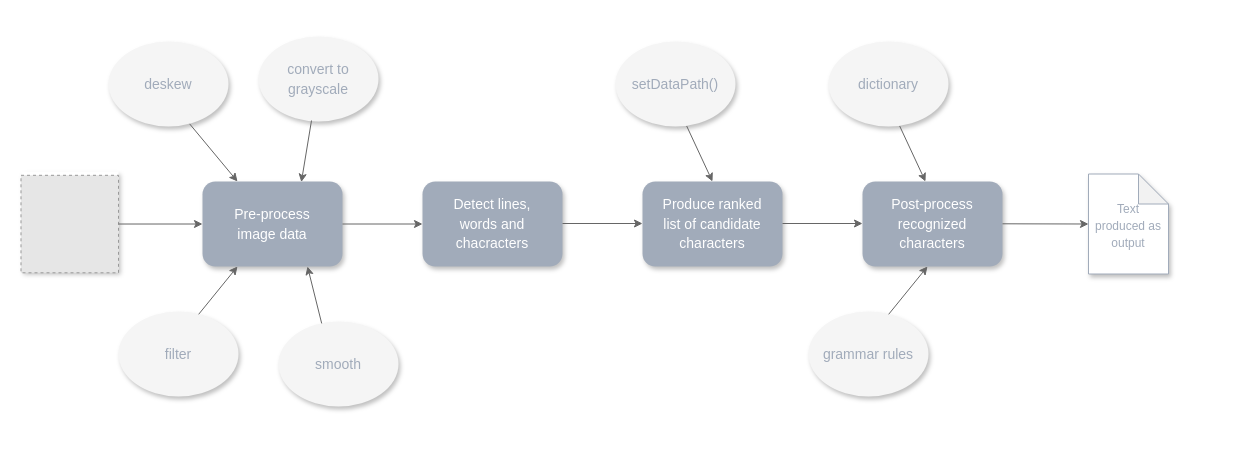
Above: assets/diagrams/ocr-process.drawio in avocado-webdev/receipt-processor (draw.io), before the change. Source tidied: cells renumbered, new cells numbered last; positions are measured from the earlier drawing's top-left corner, leaving out a move shared by most shapes. Both pictures are drawn from the tidied source at 100%, with x=0, y=0 at pixel (20, 36). Pictures stored in the file or linked from it are replaced by grey dashed boxes.
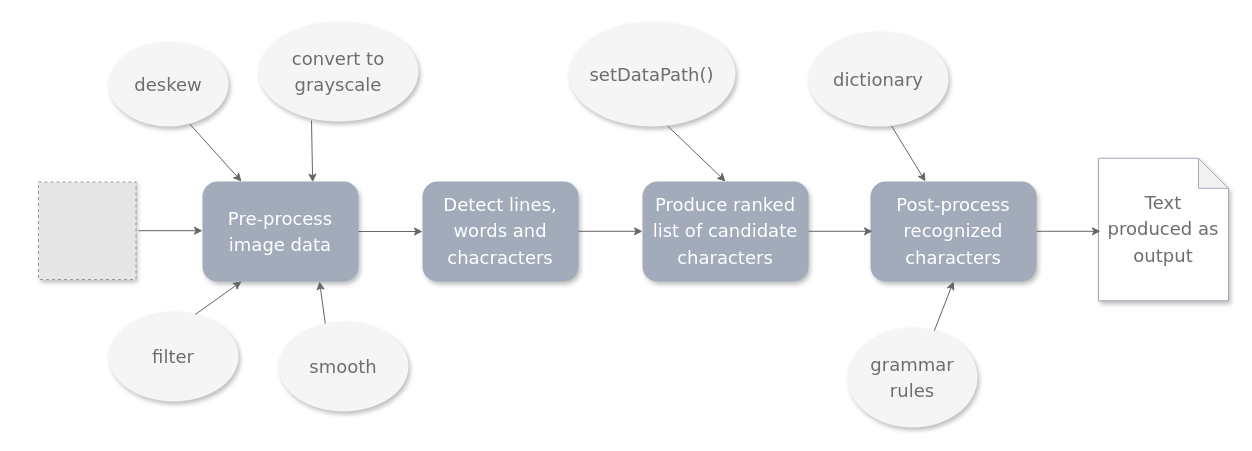
The same page after the edit.

Commit message:
added diagram ocr-process

Change to the diagram source:
```diff
@@
     <mxCell id="2" style="rounded=0;whiteSpace=wrap;html=1;shadow=1;sketch=0;strokeWidth=2;strokeColor=none;" parent="1" vertex="1">
-      <mxGeometry x="1" y="135" width="97" height="100" as="geometry" />
+      <mxGeometry x="18" y="143" width="97" height="100" as="geometry" />
     </mxCell>
-    <mxCell id="3" value="&lt;font style=&quot;font-size: 14px ; line-height: 140%&quot; color=&quot;#ffffff&quot;&gt;Pre-process&lt;br&gt;image data&lt;/font&gt;" style="rounded=1;whiteSpace=wrap;html=1;fillColor=#A1ABBA;strokeColor=none;sketch=0;shadow=1;" parent="1" vertex="1">
-      <mxGeometry x="182" y="145" width="140" height="85" as="geometry" />
+    <mxCell id="3" value="&lt;font style=&quot;font-size: 18px ; line-height: 140%&quot; color=&quot;#ffffff&quot; face=&quot;Verdana&quot;&gt;Pre-process&lt;br&gt;image data&lt;/font&gt;" style="rounded=1;whiteSpace=wrap;html=1;fillColor=#A1ABBA;strokeColor=none;sketch=0;shadow=1;" parent="1" vertex="1">
+      <mxGeometry x="182" y="145" width="156" height="100" as="geometry" />
     </mxCell>
-    <mxCell id="4" value="&lt;font style=&quot;font-size: 14px ; line-height: 140%&quot;&gt;&lt;font color=&quot;#ffffff&quot; style=&quot;font-size: 14px&quot;&gt;Detect lines,&lt;br&gt;words and chacracters&lt;/font&gt;&lt;br&gt;&lt;/font&gt;" style="rounded=1;whiteSpace=wrap;html=1;fillColor=#A1ABBA;strokeColor=none;shadow=1;" parent="1" vertex="1">
-      <mxGeometry x="402" y="145" width="140" height="85" as="geometry" />
+    <mxCell id="4" value="&lt;font style=&quot;font-size: 18px ; line-height: 140%&quot;&gt;&lt;font color=&quot;#ffffff&quot; style=&quot;font-size: 18px&quot; face=&quot;Verdana&quot;&gt;Detect lines,&lt;br&gt;words and chacracters&lt;/font&gt;&lt;br&gt;&lt;/font&gt;" style="rounded=1;whiteSpace=wrap;html=1;fillColor=#A1ABBA;strokeColor=none;shadow=1;" parent="1" vertex="1">
+      <mxGeometry x="402" y="145" width="156" height="100" as="geometry" />
     </mxCell>
@@
-    <mxCell id="6" value="&lt;font style=&quot;font-size: 14px ; line-height: 140%&quot;&gt;&lt;font color=&quot;#ffffff&quot; style=&quot;font-size: 14px&quot;&gt;Produce ranked&lt;br&gt;list of candidate&lt;br&gt;characters&lt;/font&gt;&lt;br&gt;&lt;/font&gt;" style="rounded=1;whiteSpace=wrap;html=1;fillColor=#A1ABBA;strokeColor=none;shadow=1;" parent="1" vertex="1">
-      <mxGeometry x="622" y="145" width="140" height="85" as="geometry" />
+    <mxCell id="6" value="&lt;font style=&quot;font-size: 18px ; line-height: 140%&quot;&gt;&lt;font color=&quot;#ffffff&quot; style=&quot;font-size: 18px&quot; face=&quot;Verdana&quot;&gt;Produce ranked&lt;br&gt;list of candidate&lt;br&gt;characters&lt;/font&gt;&lt;br&gt;&lt;/font&gt;" style="rounded=1;whiteSpace=wrap;html=1;fillColor=#A1ABBA;strokeColor=none;shadow=1;" parent="1" vertex="1">
+      <mxGeometry x="622" y="145" width="166" height="100" as="geometry" />
     </mxCell>
-    <mxCell id="7" style="endArrow=classic;html=1;entryX=0;entryY=0.5;entryDx=0;entryDy=0;exitX=1;exitY=0.5;exitDx=0;exitDy=0;fillColor=#f5f5f5;strokeColor=#666666;" parent="1" edge="1">
-      <mxGeometry relative="1" as="geometry">
-        <mxPoint x="542" y="187" as="sourcePoint" />
-        <mxPoint x="622" y="187" as="targetPoint" />
-      </mxGeometry>
-    </mxCell>
-    <mxCell id="8" value="&lt;font style=&quot;line-height: 140%&quot;&gt;&lt;font color=&quot;#ffffff&quot; style=&quot;font-size: 14px ; line-height: 140%&quot;&gt;Post-process recognized&lt;br&gt;characters&lt;/font&gt;&lt;br&gt;&lt;/font&gt;" style="rounded=1;whiteSpace=wrap;html=1;fillColor=#A1ABBA;strokeColor=none;shadow=1;" parent="1" vertex="1">
-      <mxGeometry x="842" y="145" width="140" height="85" as="geometry" />
+    <mxCell id="8" value="&lt;font style=&quot;line-height: 140% ; font-size: 18px&quot;&gt;&lt;font color=&quot;#ffffff&quot; style=&quot;font-size: 18px ; line-height: 140%&quot; face=&quot;Verdana&quot;&gt;Post-process recognized&lt;br&gt;characters&lt;/font&gt;&lt;br&gt;&lt;/font&gt;" style="rounded=1;whiteSpace=wrap;html=1;fillColor=#A1ABBA;strokeColor=none;shadow=1;" parent="1" vertex="1">
+      <mxGeometry x="850" y="145" width="166" height="100" as="geometry" />
     </mxCell>
-    <mxCell id="9" style="endArrow=classic;html=1;entryX=0;entryY=0.5;entryDx=0;entryDy=0;exitX=1;exitY=0.5;exitDx=0;exitDy=0;fillColor=#f5f5f5;strokeColor=#666666;" parent="1" edge="1">
-      <mxGeometry relative="1" as="geometry">
-        <mxPoint x="762" y="187" as="sourcePoint" />
-        <mxPoint x="842" y="187" as="targetPoint" />
-      </mxGeometry>
-    </mxCell>
-    <mxCell id="10" value="&lt;font style=&quot;font-size: 14px ; line-height: 140%&quot; color=&quot;#a1abba&quot;&gt;convert to grayscale&lt;/font&gt;" style="ellipse;whiteSpace=wrap;html=1;fillColor=#f5f5f5;fontColor=#333333;strokeColor=none;shadow=1;" parent="1" vertex="1">
-      <mxGeometry x="238" width="120" height="85" as="geometry" />
+    <mxCell id="10" value="&lt;font style=&quot;line-height: 140% ; font-size: 18px&quot; color=&quot;#6e6e6e&quot; face=&quot;Verdana&quot;&gt;convert to grayscale&lt;/font&gt;" style="ellipse;whiteSpace=wrap;html=1;fillColor=#f5f5f5;fontColor=#333333;strokeColor=none;shadow=1;" parent="1" vertex="1">
+      <mxGeometry x="238" y="-15" width="160" height="100" as="geometry" />
     </mxCell>
-    <mxCell id="11" value="&lt;font style=&quot;font-size: 14px ; line-height: 140%&quot; color=&quot;#a1abba&quot;&gt;deskew&lt;/font&gt;" style="ellipse;whiteSpace=wrap;html=1;fillColor=#f5f5f5;fontColor=#333333;strokeColor=none;shadow=1;" parent="1" vertex="1">
+    <mxCell id="11" value="&lt;font style=&quot;line-height: 140% ; font-size: 18px&quot; color=&quot;#6e6e6e&quot; face=&quot;Verdana&quot;&gt;deskew&lt;/font&gt;" style="ellipse;whiteSpace=wrap;html=1;fillColor=#f5f5f5;fontColor=#333333;strokeColor=none;shadow=1;" parent="1" vertex="1">
       <mxGeometry x="88" y="5" width="120" height="85" as="geometry" />
     </mxCell>
@@
-    <mxCell id="14" value="&lt;font style=&quot;font-size: 14px ; line-height: 140%&quot; color=&quot;#a1abba&quot;&gt;filter&lt;/font&gt;" style="ellipse;whiteSpace=wrap;html=1;fillColor=#f5f5f5;fontColor=#333333;strokeColor=none;shadow=1;" parent="1" vertex="1">
-      <mxGeometry x="98" y="275" width="120" height="85" as="geometry" />
+    <mxCell id="14" value="&lt;font style=&quot;line-height: 140% ; font-size: 18px&quot; color=&quot;#6e6e6e&quot; face=&quot;Verdana&quot;&gt;filter&lt;/font&gt;" style="ellipse;whiteSpace=wrap;html=1;fillColor=#f5f5f5;fontColor=#333333;strokeColor=none;shadow=1;" parent="1" vertex="1">
+      <mxGeometry x="88" y="275" width="130" height="90" as="geometry" />
     </mxCell>
-    <mxCell id="15" value="&lt;font style=&quot;font-size: 14px ; line-height: 140%&quot; color=&quot;#a1abba&quot;&gt;smooth&lt;/font&gt;" style="ellipse;whiteSpace=wrap;html=1;fillColor=#f5f5f5;fontColor=#333333;strokeColor=none;shadow=1;" parent="1" vertex="1">
-      <mxGeometry x="258" y="285" width="120" height="85" as="geometry" />
+    <mxCell id="15" value="&lt;font style=&quot;line-height: 140% ; font-size: 18px&quot; color=&quot;#6e6e6e&quot; face=&quot;Verdana&quot;&gt;smooth&lt;/font&gt;" style="ellipse;whiteSpace=wrap;html=1;fillColor=#f5f5f5;fontColor=#333333;strokeColor=none;shadow=1;" parent="1" vertex="1">
+      <mxGeometry x="258" y="285" width="130" height="90" as="geometry" />
     </mxCell>
@@
-    <mxCell id="18" value="&lt;font style=&quot;font-size: 14px ; line-height: 140%&quot; color=&quot;#a1abba&quot;&gt;setDataPath()&lt;/font&gt;" style="ellipse;whiteSpace=wrap;html=1;fillColor=#f5f5f5;fontColor=#333333;strokeColor=none;shadow=1;" parent="1" vertex="1">
-      <mxGeometry x="595" y="5" width="120" height="85" as="geometry" />
+    <mxCell id="18" value="&lt;font style=&quot;line-height: 140% ; font-size: 18px&quot; color=&quot;#6e6e6e&quot; face=&quot;Verdana&quot;&gt;setDataPath()&lt;/font&gt;" style="ellipse;whiteSpace=wrap;html=1;fillColor=#f5f5f5;fontColor=#333333;strokeColor=none;shadow=1;" parent="1" vertex="1">
+      <mxGeometry x="548" y="-15" width="167" height="105" as="geometry" />
     </mxCell>
@@
-    <mxCell id="20" value="&lt;font color=&quot;#a1abba&quot;&gt;&lt;span style=&quot;font-size: 14px&quot;&gt;dictionary&lt;/span&gt;&lt;/font&gt;" style="ellipse;whiteSpace=wrap;html=1;fontColor=#333333;strokeColor=none;fillColor=#F5F5F5;shadow=1;" parent="1" vertex="1">
-      <mxGeometry x="808" y="5" width="120" height="85" as="geometry" />
+    <mxCell id="20" value="&lt;font style=&quot;font-size: 18px&quot; color=&quot;#6e6e6e&quot; face=&quot;Verdana&quot;&gt;dictionary&lt;/font&gt;" style="ellipse;whiteSpace=wrap;html=1;fontColor=#333333;strokeColor=none;fillColor=#F5F5F5;shadow=1;" parent="1" vertex="1">
+      <mxGeometry x="788" y="-5" width="140" height="95" as="geometry" />
     </mxCell>
@@
-    <mxCell id="22" value="&lt;font style=&quot;font-size: 14px ; line-height: 140%&quot; color=&quot;#a1abba&quot;&gt;grammar rules&lt;/font&gt;" style="ellipse;whiteSpace=wrap;html=1;fillColor=#f5f5f5;fontColor=#333333;strokeColor=none;shadow=1;" parent="1" vertex="1">
-      <mxGeometry x="788" y="275" width="120" height="85" as="geometry" />
+    <mxCell id="22" value="&lt;font style=&quot;line-height: 140% ; font-size: 18px&quot; color=&quot;#6e6e6e&quot; face=&quot;Verdana&quot;&gt;grammar &lt;br&gt;rules&lt;/font&gt;" style="ellipse;whiteSpace=wrap;html=1;fillColor=#f5f5f5;fontColor=#333333;strokeColor=none;shadow=1;" parent="1" vertex="1">
+      <mxGeometry x="827" y="291" width="130" height="100" as="geometry" />
     </mxCell>
-    <mxCell id="23" style="endArrow=classic;html=1;entryX=0.25;entryY=1;entryDx=0;entryDy=0;fillColor=#f5f5f5;strokeColor=#666666;exitX=0.668;exitY=0.033;exitDx=0;exitDy=0;exitPerimeter=0;" parent="1" edge="1" source="22">
-      <mxGeometry relative="1" as="geometry">
-        <mxPoint x="907" y="230" as="targetPoint" />
-      </mxGeometry>
+    <mxCell id="23" style="endArrow=classic;html=1;entryX=0.5;entryY=1;entryDx=0;entryDy=0;fillColor=#f5f5f5;strokeColor=#666666;exitX=0.668;exitY=0.033;exitDx=0;exitDy=0;exitPerimeter=0;" parent="1" edge="1" source="22" target="8">
+      <mxGeometry relative="1" as="geometry" />
     </mxCell>
     <mxCell id="24" style="fillColor=#E6E6E6;strokeColor=#999999;dashed=1;" parent="1" vertex="1">
-      <mxGeometry x="0.5" y="138.8" width="97.5" height="97.5" as="geometry" />
+      <mxGeometry x="18" y="145.5" width="97.5" height="97.5" as="geometry" />
     </mxCell>
-    <mxCell id="25" style="endArrow=classic;html=1;entryX=0;entryY=0.5;entryDx=0;entryDy=0;fillColor=#f5f5f5;strokeColor=#666666;" parent="1" edge="1" source="24" target="3">
-      <mxGeometry relative="1" as="geometry" />
-    </mxCell>
     <mxCell id="26" style="shape=note;whiteSpace=wrap;html=1;backgroundOutline=1;darkOpacity=0.05;labelBackgroundColor=#B3BECF;shadow=1;strokeColor=#A1ABBA;" parent="1" vertex="1">
-      <mxGeometry x="1068" y="137.5" width="80" height="100" as="geometry" />
+      <mxGeometry x="1078" y="121.8" width="130" height="142.5" as="geometry" />
     </mxCell>
-    <mxCell id="27" style="endArrow=classic;html=1;entryX=0;entryY=0.5;entryDx=0;entryDy=0;fillColor=#f5f5f5;strokeColor=#666666;entryPerimeter=0;" parent="1" edge="1" target="26">
-      <mxGeometry relative="1" as="geometry">
-        <mxPoint x="982" y="187.3" as="sourcePoint" />
-      </mxGeometry>
-    </mxCell>
-    <mxCell id="28" value="&lt;p style=&quot;line-height: 140%&quot;&gt;&lt;font color=&quot;#a1abba&quot;&gt;Text&lt;br&gt;produced as&lt;br&gt;output&lt;/font&gt;&lt;/p&gt;" style="text;html=1;align=center;verticalAlign=middle;whiteSpace=wrap;rounded=0;shadow=1;" parent="1" vertex="1">
-      <mxGeometry x="1068" y="145" width="80" height="90" as="geometry" />
+    <mxCell id="28" value="&lt;p style=&quot;line-height: 140% ; font-size: 18px&quot;&gt;&lt;font style=&quot;font-size: 18px&quot; color=&quot;#6e6e6e&quot; face=&quot;Verdana&quot;&gt;Text&lt;br&gt;produced as&lt;br&gt;output&lt;/font&gt;&lt;/p&gt;" style="text;html=1;align=center;verticalAlign=middle;whiteSpace=wrap;rounded=0;shadow=1;" parent="1" vertex="1">
+      <mxGeometry x="1078" y="123" width="130" height="140" as="geometry" />
     </mxCell>
+    <mxCell id="29" style="endArrow=classic;html=1;entryX=0;entryY=0.5;entryDx=0;entryDy=0;exitX=1;exitY=0.5;exitDx=0;exitDy=0;fillColor=#f5f5f5;strokeColor=#666666;" parent="1" edge="1">
+      <mxGeometry relative="1" as="geometry">
+        <mxPoint x="558" y="194.8" as="sourcePoint" />
+        <mxPoint x="622" y="194.8" as="targetPoint" />
+      </mxGeometry>
+    </mxCell>
+    <mxCell id="30" style="endArrow=classic;html=1;entryX=0;entryY=0.5;entryDx=0;entryDy=0;exitX=1;exitY=0.5;exitDx=0;exitDy=0;fillColor=#f5f5f5;strokeColor=#666666;" parent="1" edge="1">
+      <mxGeometry relative="1" as="geometry">
+        <mxPoint x="788" y="194.8" as="sourcePoint" />
+        <mxPoint x="852" y="194.8" as="targetPoint" />
+      </mxGeometry>
+    </mxCell>
+    <mxCell id="31" style="endArrow=classic;html=1;entryX=0;entryY=0.5;entryDx=0;entryDy=0;exitX=1;exitY=0.5;exitDx=0;exitDy=0;fillColor=#f5f5f5;strokeColor=#666666;" parent="1" edge="1">
+      <mxGeometry relative="1" as="geometry">
+        <mxPoint x="1016" y="194.8" as="sourcePoint" />
+        <mxPoint x="1080" y="194.8" as="targetPoint" />
+      </mxGeometry>
+    </mxCell>
+    <mxCell id="32" style="endArrow=classic;html=1;entryX=0;entryY=0.5;entryDx=0;entryDy=0;exitX=1;exitY=0.5;exitDx=0;exitDy=0;fillColor=#f5f5f5;strokeColor=#666666;" parent="1" edge="1">
+      <mxGeometry relative="1" as="geometry">
+        <mxPoint x="118" y="194.2" as="sourcePoint" />
+        <mxPoint x="182" y="194.2" as="targetPoint" />
+      </mxGeometry>
+    </mxCell>
```
